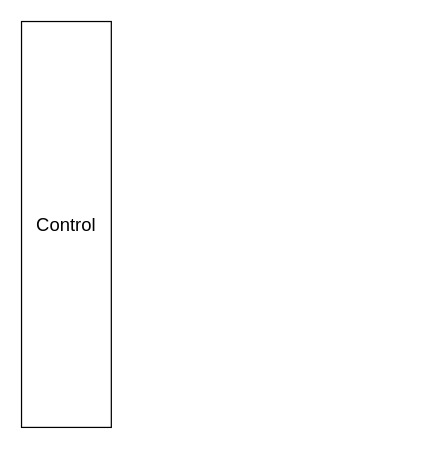
Above: CPU.drawio in ZYNsama666/BackUp (draw.io), before the change. Source tidied: cells renumbered, new cells numbered last; positions are measured from the earlier drawing's top-left corner, leaving out a move shared by most shapes. Both pictures are drawn from the tidied source at 123%, with x=0, y=0 at pixel (21, 21).
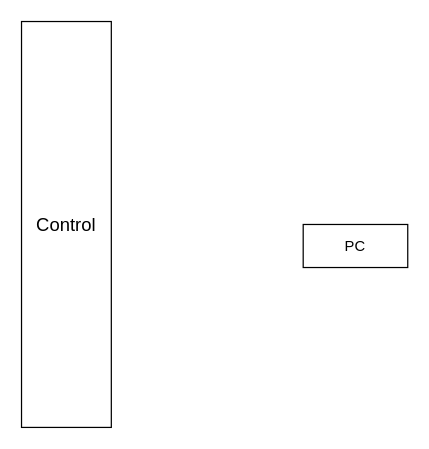
The same diagram, later.

Change to the diagram source:
```diff
@@
 <mxGraphModel>
   <root>
     <mxCell id="0" />
     <mxCell id="1" parent="0" />
     <mxCell id="2" value="&lt;font style=&quot;font-size: 15px;&quot;&gt;Control&lt;/font&gt;" style="rounded=0;whiteSpace=wrap;html=1;" parent="1" vertex="1">
       <mxGeometry width="73" height="330" as="geometry" />
     </mxCell>
+    <mxCell id="3" value="PC" style="rounded=0;whiteSpace=wrap;html=1;" parent="1" vertex="1">
+      <mxGeometry x="229" y="165" width="85" height="35" as="geometry" />
+    </mxCell>
   </root>
 </mxGraphModel>
```
